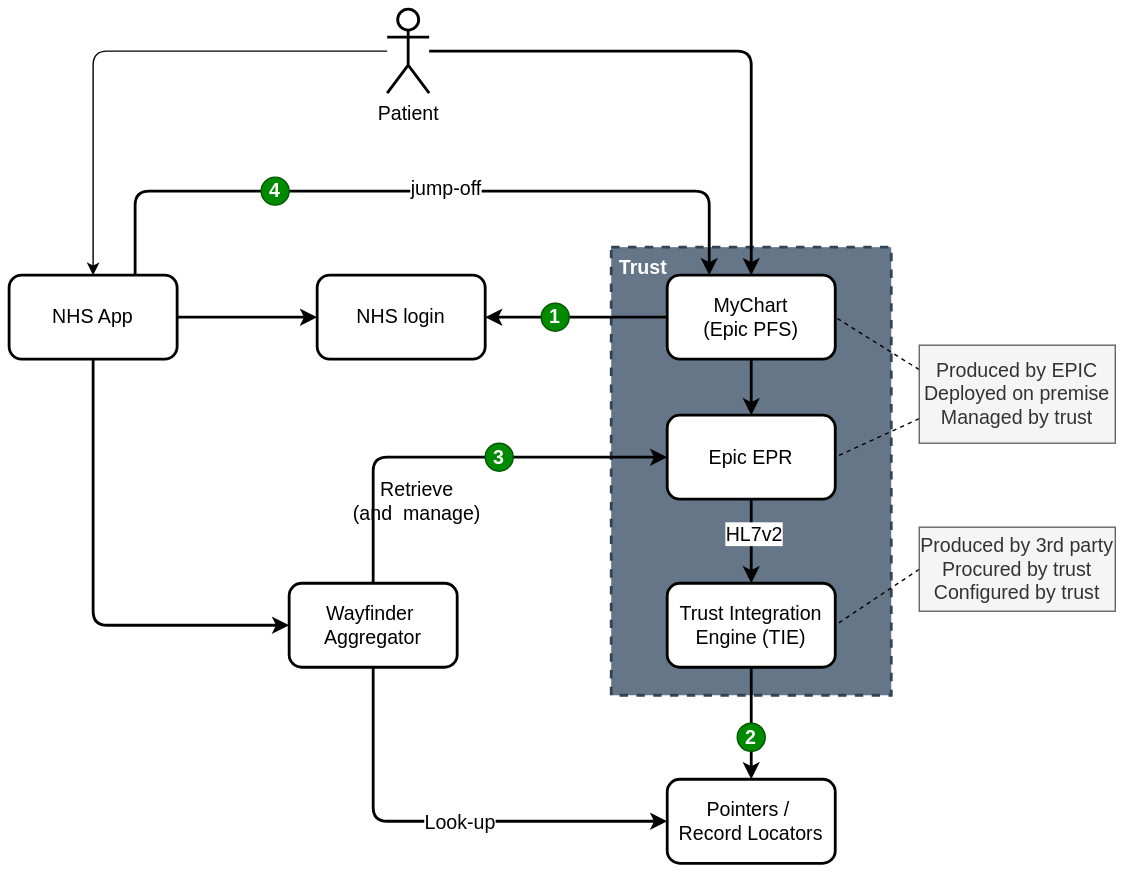
NHSDigital/nhse-epr-integration keeps this draw.io diagram as pages/images/Figure1.svg. Above is the earlier version. Source tidied: cells renumbered, new cells last; positions are measured from the earlier drawing's top-left corner, leaving out a move shared by most shapes.
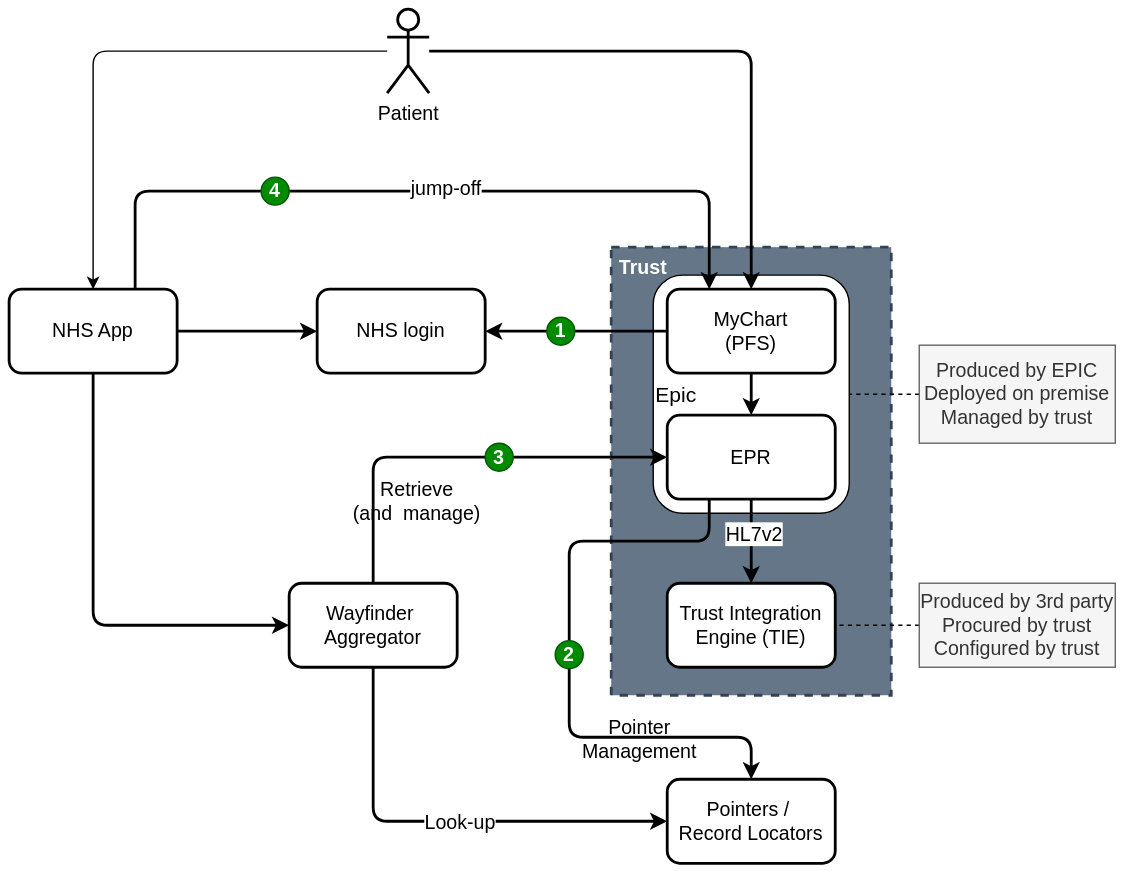
After the commit.

Diff of the diagram source:
```diff
@@ -5,27 +5,34 @@
     <mxCell id="2" value="&amp;nbsp;Trust" style="rounded=0;whiteSpace=wrap;html=1;dashed=1;align=left;verticalAlign=top;fontStyle=1;fillColor=#647687;strokeColor=#314354;fontSize=14;strokeWidth=2;fontColor=#ffffff;" parent="1" vertex="1">
       <mxGeometry x="430" y="170" width="200" height="320" as="geometry" />
     </mxCell>
+    <mxCell id="35" value="Epic" style="rounded=1;whiteSpace=wrap;html=1;fillColor=#FFFFFF;fontColor=#000000;align=left;fontSize=15;" parent="1" vertex="1">
+      <mxGeometry x="460" y="190" width="140" height="170" as="geometry" />
+    </mxCell>
     <mxCell id="3" style="edgeStyle=orthogonalEdgeStyle;rounded=0;jettySize=auto;html=1;entryX=0.5;entryY=0;entryDx=0;entryDy=0;strokeWidth=2;fontSize=14;" parent="1" edge="1" source="5" target="7">
       <mxGeometry relative="1" as="geometry" />
     </mxCell>
     <mxCell id="4" value="HL7v2" style="edgeLabel;html=1;align=center;verticalAlign=middle;fontSize=14;" parent="3" vertex="1">
       <mxGeometry x="-0.2" y="1" relative="1" as="geometry" />
     </mxCell>
+    <mxCell id="36" style="edgeStyle=orthogonalEdgeStyle;html=1;exitX=0.25;exitY=1;exitDx=0;exitDy=0;entryX=0.5;entryY=0;entryDx=0;entryDy=0;fontSize=15;fontColor=#000000;strokeWidth=2;" parent="1" edge="1" source="5" target="13">
+      <mxGeometry relative="1" as="geometry">
+        <Array as="points">
+          <mxPoint x="500" y="380" />
+          <mxPoint x="400" y="380" />
+          <mxPoint x="400" y="520" />
+          <mxPoint x="530" y="520" />
+        </Array>
+      </mxGeometry>
+    </mxCell>
-    <mxCell id="5" value="Epic EPR" style="rounded=1;whiteSpace=wrap;html=1;strokeWidth=2;fontSize=14;" parent="1" vertex="1">
+    <mxCell id="5" value="EPR" style="rounded=1;whiteSpace=wrap;html=1;strokeWidth=2;fontSize=14;" parent="1" vertex="1">
       <mxGeometry x="470" y="290" width="120" height="60" as="geometry" />
     </mxCell>
-    <mxCell id="6" style="edgeStyle=orthogonalEdgeStyle;rounded=0;jettySize=auto;html=1;strokeWidth=2;fontSize=14;" parent="1" edge="1" source="7" target="13">
-      <mxGeometry relative="1" as="geometry" />
-    </mxCell>
     <mxCell id="7" value="Trust Integration Engine (TIE)" style="rounded=1;whiteSpace=wrap;html=1;strokeWidth=2;fontSize=14;" parent="1" vertex="1">
       <mxGeometry x="470" y="410" width="120" height="60" as="geometry" />
     </mxCell>
-    <mxCell id="8" style="rounded=0;jettySize=auto;html=1;entryX=1;entryY=0.5;entryDx=0;entryDy=0;endArrow=none;endFill=0;exitX=0;exitY=0.75;exitDx=0;exitDy=0;dashed=1;fontSize=14;" parent="1" edge="1" source="10" target="5">
+    <mxCell id="8" style="rounded=0;jettySize=auto;html=1;entryX=1;entryY=0.5;entryDx=0;entryDy=0;endArrow=none;endFill=0;exitX=0;exitY=0.5;exitDx=0;exitDy=0;dashed=1;fontSize=14;" parent="1" edge="1" source="10" target="35">
       <mxGeometry relative="1" as="geometry" />
     </mxCell>
-    <mxCell id="9" style="rounded=0;jettySize=auto;html=1;entryX=1;entryY=0.5;entryDx=0;entryDy=0;endArrow=none;endFill=0;exitX=0;exitY=0.25;exitDx=0;exitDy=0;dashed=1;fontSize=14;" parent="1" edge="1" source="10" target="30">
-      <mxGeometry relative="1" as="geometry" />
-    </mxCell>
     <mxCell id="10" value="Produced by EPIC&lt;div&gt;Deployed on premise&lt;/div&gt;&lt;div&gt;Managed by trust&lt;/div&gt;" style="rounded=0;whiteSpace=wrap;html=1;fillColor=#f5f5f5;fontColor=#333333;strokeColor=#666666;fontSize=14;" parent="1" vertex="1">
       <mxGeometry x="650" y="240" width="140" height="70" as="geometry" />
     </mxCell>
@@ -33,7 +40,7 @@
       <mxGeometry relative="1" as="geometry" />
     </mxCell>
     <mxCell id="12" value="Produced by 3rd party&lt;div&gt;Procured by trust&lt;br&gt;&lt;div&gt;Configured by trust&lt;/div&gt;&lt;/div&gt;" style="rounded=0;whiteSpace=wrap;html=1;fillColor=#f5f5f5;fontColor=#333333;strokeColor=#666666;fontSize=14;" parent="1" vertex="1">
-      <mxGeometry x="650" y="370" width="140" height="60" as="geometry" />
+      <mxGeometry x="650" y="410" width="140" height="60" as="geometry" />
     </mxCell>
     <mxCell id="13" value="Pointers /&amp;nbsp;&lt;div&gt;Record Locators&lt;/div&gt;" style="rounded=1;whiteSpace=wrap;html=1;strokeWidth=2;fontSize=14;" parent="1" vertex="1">
       <mxGeometry x="470" y="550" width="120" height="60" as="geometry" />
@@ -73,10 +80,10 @@
       <mxGeometry x="0.06" y="3" relative="1" as="geometry" />
     </mxCell>
     <mxCell id="23" value="NHS App" style="rounded=1;whiteSpace=wrap;html=1;strokeWidth=2;fontSize=14;" parent="1" vertex="1">
-      <mxGeometry y="190" width="120" height="60" as="geometry" />
+      <mxGeometry y="200" width="120" height="60" as="geometry" />
     </mxCell>
     <mxCell id="24" value="NHS login" style="rounded=1;whiteSpace=wrap;html=1;strokeWidth=2;fontSize=14;" parent="1" vertex="1">
-      <mxGeometry x="220" y="190" width="120" height="60" as="geometry" />
+      <mxGeometry x="220" y="200" width="120" height="60" as="geometry" />
     </mxCell>
     <mxCell id="25" style="edgeStyle=orthogonalEdgeStyle;rounded=1;jettySize=auto;html=1;curved=0;fontSize=14;" parent="1" edge="1" source="27" target="23">
       <mxGeometry relative="1" as="geometry" />
@@ -90,17 +97,14 @@
     <mxCell id="28" style="edgeStyle=orthogonalEdgeStyle;rounded=0;jettySize=auto;html=1;strokeWidth=2;fontSize=14;" parent="1" edge="1" source="30" target="5">
       <mxGeometry relative="1" as="geometry" />
     </mxCell>
-    <mxCell id="29" style="edgeStyle=orthogonalEdgeStyle;rounded=0;jettySize=auto;html=1;entryX=1;entryY=0.5;entryDx=0;entryDy=0;strokeWidth=2;fontSize=14;" parent="1" edge="1" source="30" target="24">
+    <mxCell id="29" style="edgeStyle=orthogonalEdgeStyle;rounded=0;jettySize=auto;html=1;entryX=1;entryY=0.5;entryDx=0;entryDy=0;strokeWidth=2;fontSize=14;startArrow=none;" parent="1" edge="1" source="31" target="24">
       <mxGeometry relative="1" as="geometry" />
     </mxCell>
-    <mxCell id="30" value="MyChart&lt;div&gt;(Epic PFS)&lt;/div&gt;" style="rounded=1;whiteSpace=wrap;html=1;strokeWidth=2;fontSize=14;" parent="1" vertex="1">
-      <mxGeometry x="470" y="190" width="120" height="60" as="geometry" />
+    <mxCell id="30" value="MyChart&lt;div&gt;(PFS)&lt;/div&gt;" style="rounded=1;whiteSpace=wrap;html=1;strokeWidth=2;fontSize=14;" parent="1" vertex="1">
+      <mxGeometry x="470" y="200" width="120" height="60" as="geometry" />
     </mxCell>
-    <mxCell id="31" value="1" style="ellipse;whiteSpace=wrap;html=1;fillColor=#008a00;strokeColor=#005700;fontSize=14;fontStyle=1;fontColor=#ffffff;" parent="1" vertex="1">
-      <mxGeometry x="380" y="210" width="20" height="20" as="geometry" />
-    </mxCell>
     <mxCell id="32" value="2" style="ellipse;whiteSpace=wrap;html=1;fillColor=#008a00;strokeColor=#005700;fontSize=14;fontColor=#ffffff;fontStyle=1;" parent="1" vertex="1">
-      <mxGeometry x="520" y="510" width="20" height="20" as="geometry" />
+      <mxGeometry x="390" y="451" width="20" height="20" as="geometry" />
     </mxCell>
     <mxCell id="33" value="3" style="ellipse;whiteSpace=wrap;html=1;fillColor=#008a00;strokeColor=#005700;fontSize=14;fontStyle=1;fontColor=#ffffff;" parent="1" vertex="1">
       <mxGeometry x="340" y="310" width="20" height="20" as="geometry" />
@@ -108,5 +112,14 @@
     <mxCell id="34" value="4" style="ellipse;whiteSpace=wrap;html=1;fillColor=#008a00;strokeColor=#005700;fontSize=14;fontColor=#ffffff;fontStyle=1;" parent="1" vertex="1">
       <mxGeometry x="180" y="120" width="20" height="20" as="geometry" />
     </mxCell>
+    <mxCell id="37" value="Pointer&lt;br&gt;Management" style="edgeLabel;html=1;align=center;verticalAlign=middle;labelBackgroundColor=none;fontSize=14;" parent="1" vertex="1">
+      <mxGeometry x="450" y="520" as="geometry" />
+    </mxCell>
+    <mxCell id="38" style="edgeStyle=orthogonalEdgeStyle;rounded=0;jettySize=auto;html=1;entryX=1;entryY=0.5;entryDx=0;entryDy=0;strokeWidth=2;fontSize=14;endArrow=none;" parent="1" edge="1" source="30" target="31">
+      <mxGeometry relative="1" as="geometry" />
+    </mxCell>
+    <mxCell id="31" value="1" style="ellipse;whiteSpace=wrap;html=1;fillColor=#008a00;strokeColor=#005700;fontSize=14;fontStyle=1;fontColor=#ffffff;" parent="1" vertex="1">
+      <mxGeometry x="384" y="220" width="20" height="20" as="geometry" />
+    </mxCell>
   </root>
 </mxGraphModel>
```
